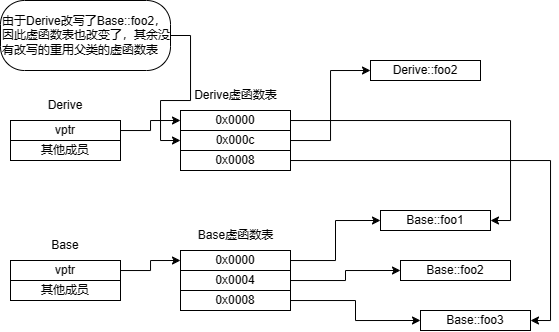
The draw.io diagram source/image/C++/子类与父类的内存布局以及虚函数表.png in CcooLcyy/CcooLcyy.github.io, before a commit. Source tidied: cells renumbered, new cells last; positions are measured from the earlier drawing's top-left corner, leaving out a move shared by most shapes.
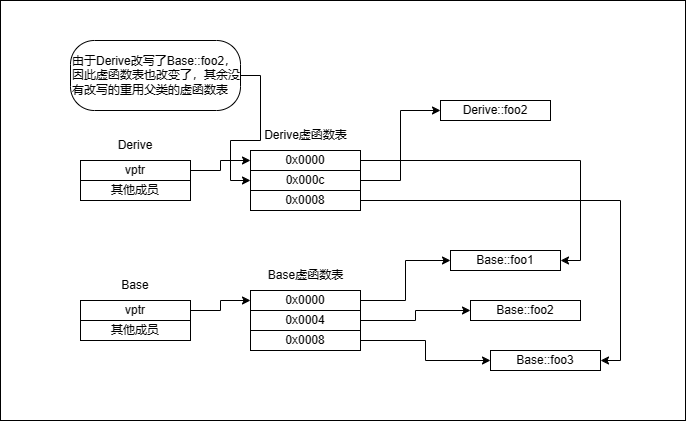
Later version of the same file.

Commit message:
跟新无背景的图片

Change to the diagram source:
```diff
@@ -2,6 +2,9 @@
   <root>
     <mxCell id="0" />
     <mxCell id="1" parent="0" />
+    <mxCell id="30" style="rounded=0;whiteSpace=wrap;html=1;" parent="1" vertex="1">
+      <mxGeometry x="-70" y="-40" width="685" height="420" as="geometry" />
+    </mxCell>
     <mxCell id="2" style="edgeStyle=orthogonalEdgeStyle;rounded=0;jettySize=auto;html=1;entryX=0;entryY=0.5;entryDx=0;entryDy=0;" parent="1" edge="1" source="3" target="11">
       <mxGeometry relative="1" as="geometry" />
     </mxCell>
```
